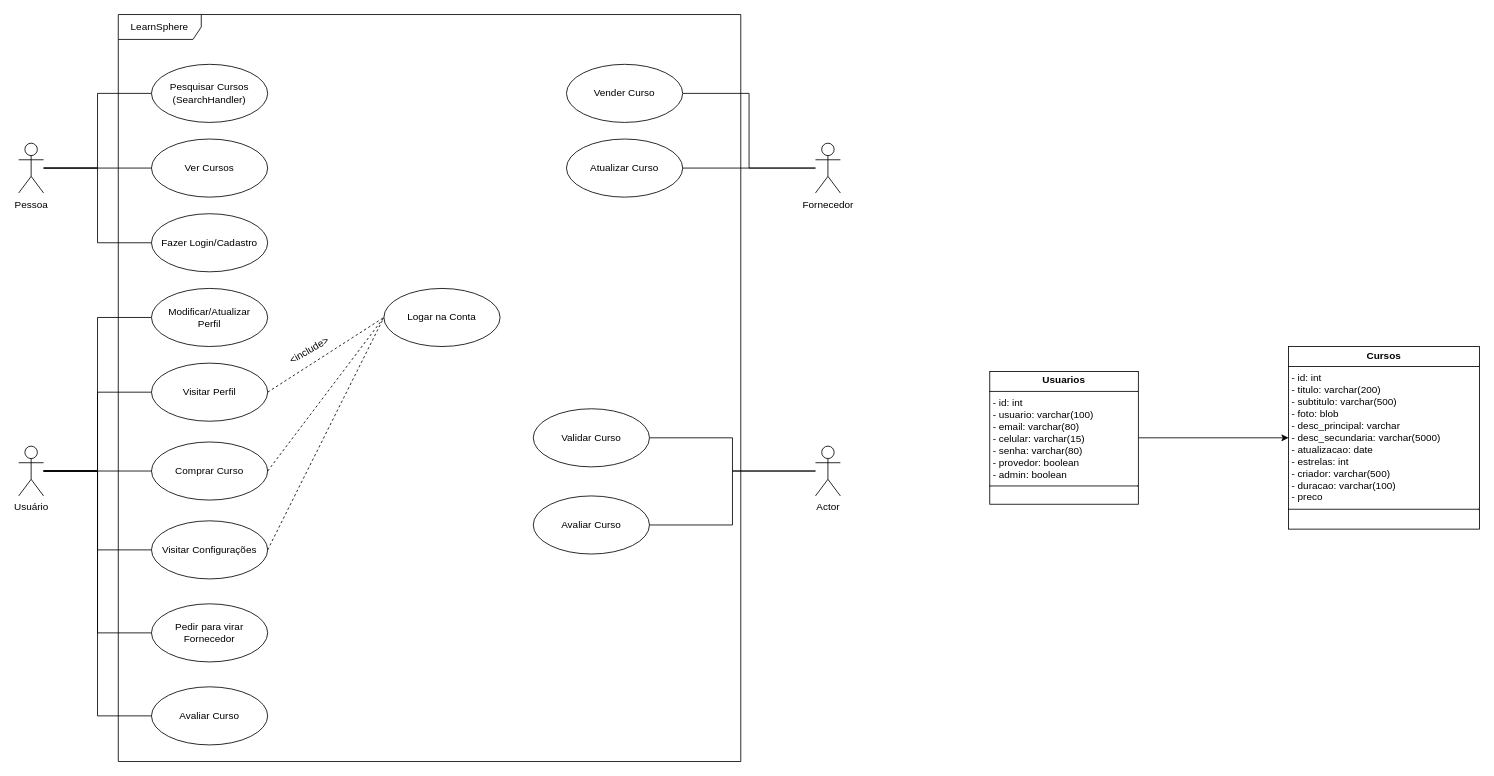
Before: TCC.drawio in NeroWasTrolled/LearnSphere, a draw.io diagram. Source tidied: cells renumbered, new cells numbered last; positions are measured from the earlier drawing's top-left corner, leaving out a move shared by most shapes. Both pictures are drawn from the tidied source at 83%, with x=0, y=0 at pixel (18, 14).
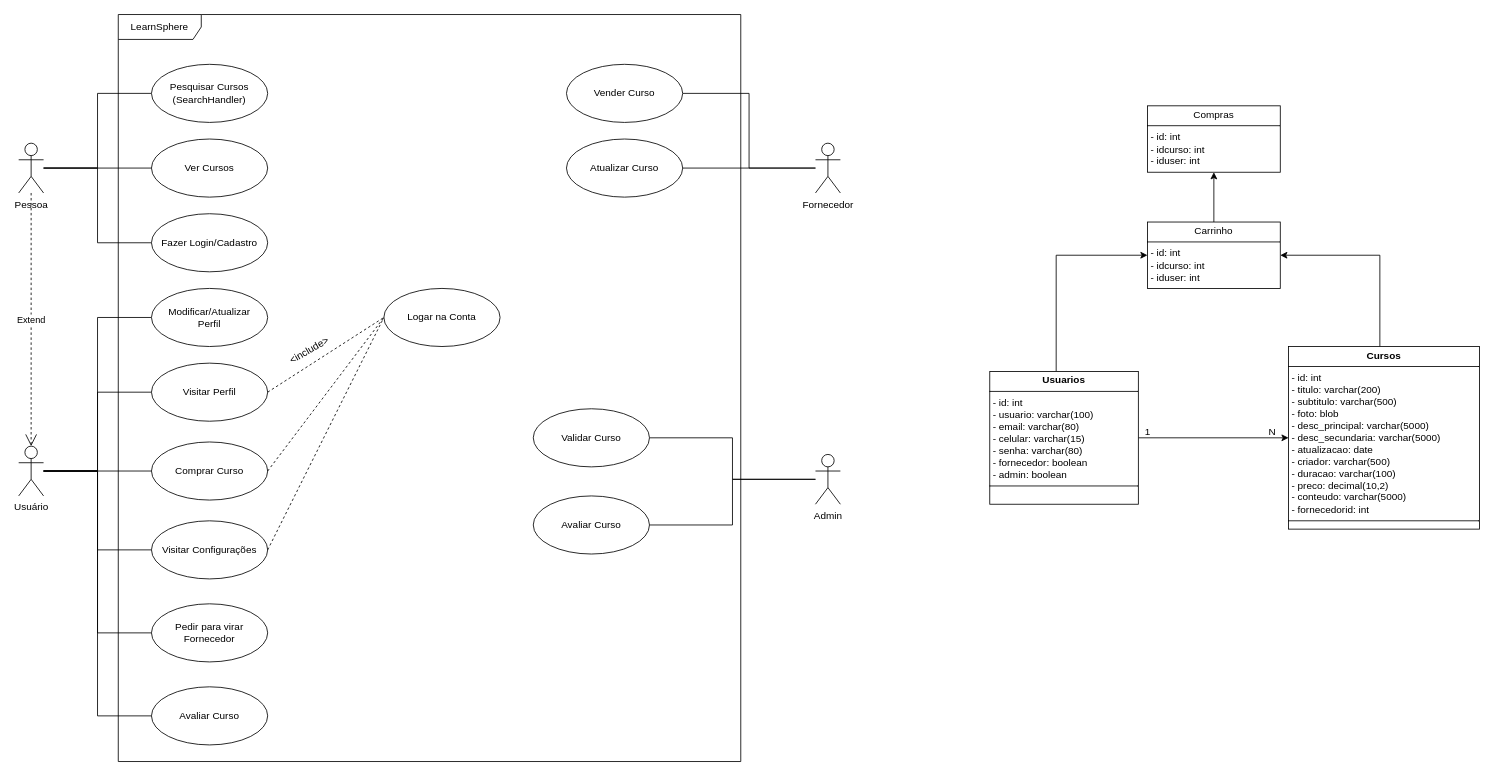
The same page after the edit.

Unchanged cells that the change refers to:
```xml
<mxCell id="6" value="Pessoa" style="shape=umlActor;verticalLabelPosition=bottom;verticalAlign=top;html=1;outlineConnect=0;" parent="1" vertex="1">
  <mxGeometry y="155" width="30" height="60" as="geometry" />
</mxCell>
<mxCell id="13" value="Usuário" style="shape=umlActor;verticalLabelPosition=bottom;verticalAlign=top;html=1;outlineConnect=0;" parent="1" vertex="1">
  <mxGeometry y="520" width="30" height="60" as="geometry" />
</mxCell>
```

What changed in the source:
```diff
@@
+    <mxCell id="41" style="edgeStyle=orthogonalEdgeStyle;rounded=0;jettySize=auto;html=1;entryX=1;entryY=0.5;entryDx=0;entryDy=0;" parent="1" edge="1" source="33" target="44">
+      <mxGeometry relative="1" as="geometry">
+        <Array as="points">
+          <mxPoint x="1640" y="290" />
+        </Array>
+      </mxGeometry>
+    </mxCell>
-    <mxCell id="33" value="&lt;p style=&quot;margin:0px;margin-top:4px;text-align:center;&quot;&gt;&lt;b&gt;Cursos&lt;/b&gt;&lt;/p&gt;&lt;hr size=&quot;1&quot; style=&quot;border-style:solid;&quot;&gt;&lt;p style=&quot;margin:0px;margin-left:4px;&quot;&gt;- id: int &lt;br&gt;- titulo: varchar(200) &lt;br&gt;- subtitulo: varchar(500) &lt;br&gt;- foto: blob&lt;br&gt;- desc_principal: varchar&lt;br&gt;- desc_secundaria: varchar(5000) &lt;br&gt;- atualizacao: date&lt;br&gt;- estrelas: int&lt;br&gt;- criador: varchar(500) &lt;br&gt;- duracao: varchar(100)&lt;br&gt;&lt;/p&gt;&lt;p style=&quot;margin:0px;margin-left:4px;&quot;&gt;- preco&lt;/p&gt;&lt;hr size=&quot;1&quot; style=&quot;border-style:solid;&quot;&gt;&lt;p style=&quot;margin:0px;margin-left:4px;&quot;&gt;&lt;br&gt;&lt;/p&gt;" style="verticalAlign=top;align=left;overflow=fill;html=1;whiteSpace=wrap;" parent="1" vertex="1">
+    <mxCell id="33" value="&lt;p style=&quot;margin:0px;margin-top:4px;text-align:center;&quot;&gt;&lt;b&gt;Cursos&lt;/b&gt;&lt;/p&gt;&lt;hr size=&quot;1&quot; style=&quot;border-style:solid;&quot;&gt;&lt;p style=&quot;margin:0px;margin-left:4px;&quot;&gt;- id: int&amp;nbsp;&lt;/p&gt;&lt;p style=&quot;margin:0px;margin-left:4px;&quot;&gt;- titulo: varchar(200)&amp;nbsp;&lt;/p&gt;&lt;p style=&quot;margin:0px;margin-left:4px;&quot;&gt;- subtitulo: varchar(500)&amp;nbsp;&lt;/p&gt;&lt;p style=&quot;margin:0px;margin-left:4px;&quot;&gt;- foto: blob&amp;nbsp;&lt;/p&gt;&lt;p style=&quot;margin:0px;margin-left:4px;&quot;&gt;- desc_principal: varchar(5000)&amp;nbsp;&lt;/p&gt;&lt;p style=&quot;margin:0px;margin-left:4px;&quot;&gt;- desc_secundaria: varchar(5000)&amp;nbsp;&lt;/p&gt;&lt;p style=&quot;margin:0px;margin-left:4px;&quot;&gt;- atualizacao: date&amp;nbsp;&lt;/p&gt;&lt;p style=&quot;margin:0px;margin-left:4px;&quot;&gt;- criador: varchar(500)&amp;nbsp;&lt;/p&gt;&lt;p style=&quot;margin:0px;margin-left:4px;&quot;&gt;- duracao: varchar(100)&amp;nbsp;&lt;/p&gt;&lt;p style=&quot;margin:0px;margin-left:4px;&quot;&gt;- preco: decimal(10,2)&amp;nbsp;&lt;/p&gt;&lt;p style=&quot;margin:0px;margin-left:4px;&quot;&gt;- conteudo: varchar(5000)&lt;br&gt;&lt;/p&gt;&lt;p style=&quot;margin:0px;margin-left:4px;&quot;&gt;- fornecedorid: int&lt;/p&gt;&lt;hr size=&quot;1&quot; style=&quot;border-style:solid;&quot;&gt;&lt;p style=&quot;margin:0px;margin-left:4px;&quot;&gt;&lt;br&gt;&lt;/p&gt;" style="verticalAlign=top;align=left;overflow=fill;html=1;whiteSpace=wrap;" parent="1" vertex="1">
       <mxGeometry x="1530" y="400" width="230" height="220" as="geometry" />
     </mxCell>
+    <mxCell id="42" style="edgeStyle=orthogonalEdgeStyle;rounded=0;jettySize=auto;html=1;entryX=0;entryY=0.5;entryDx=0;entryDy=0;" parent="1" edge="1" source="35" target="44">
+      <mxGeometry relative="1" as="geometry">
+        <Array as="points">
+          <mxPoint x="1250" y="290" />
+        </Array>
+      </mxGeometry>
+    </mxCell>
@@
-    <mxCell id="35" value="&lt;p style=&quot;margin:0px;margin-top:4px;text-align:center;&quot;&gt;&lt;b&gt;Usuarios&lt;/b&gt;&lt;/p&gt;&lt;hr size=&quot;1&quot; style=&quot;border-style:solid;&quot;&gt;&lt;p style=&quot;margin:0px;margin-left:4px;&quot;&gt;&lt;span style=&quot;color: var(--primary-text-color);&quot;&gt;- id: int &lt;/span&gt;&lt;br&gt;&lt;span style=&quot;color: var(--primary-text-color);&quot;&gt;- usuario: varchar(100) &lt;/span&gt;&lt;br&gt;&lt;span style=&quot;color: var(--primary-text-color);&quot;&gt;- email: varchar(80)  &lt;/span&gt;&lt;br&gt;&lt;span style=&quot;color: var(--primary-text-color);&quot;&gt;- celular: varchar(15)&lt;/span&gt;&lt;br&gt;&lt;span style=&quot;color: var(--primary-text-color);&quot;&gt;- senha: varchar(80) &lt;/span&gt;&lt;br&gt;&lt;span style=&quot;color: var(--primary-text-color);&quot;&gt;- provedor: boolean &lt;/span&gt;&lt;br&gt;&lt;span style=&quot;color: var(--primary-text-color);&quot;&gt;- admin: boolean&lt;/span&gt;&lt;br&gt;&lt;/p&gt;&lt;hr size=&quot;1&quot; style=&quot;border-style:solid;&quot;&gt;&lt;p style=&quot;margin:0px;margin-left:4px;&quot;&gt;&lt;br&gt;&lt;/p&gt;" style="verticalAlign=top;align=left;overflow=fill;html=1;whiteSpace=wrap;" parent="1" vertex="1">
+    <mxCell id="35" value="&lt;p style=&quot;margin:0px;margin-top:4px;text-align:center;&quot;&gt;&lt;b&gt;Usuarios&lt;/b&gt;&lt;/p&gt;&lt;hr size=&quot;1&quot; style=&quot;border-style:solid;&quot;&gt;&lt;p style=&quot;margin:0px;margin-left:4px;&quot;&gt;&lt;span style=&quot;color: var(--primary-text-color);&quot;&gt;- id: int &lt;/span&gt;&lt;br&gt;&lt;span style=&quot;color: var(--primary-text-color);&quot;&gt;- usuario: varchar(100) &lt;/span&gt;&lt;br&gt;&lt;span style=&quot;color: var(--primary-text-color);&quot;&gt;- email: varchar(80)  &lt;/span&gt;&lt;br&gt;&lt;span style=&quot;color: var(--primary-text-color);&quot;&gt;- celular: varchar(15)&lt;/span&gt;&lt;br&gt;&lt;span style=&quot;color: var(--primary-text-color);&quot;&gt;- senha: varchar(80) &lt;/span&gt;&lt;br&gt;&lt;span style=&quot;color: var(--primary-text-color);&quot;&gt;- fornecedor: boolean &lt;/span&gt;&lt;br&gt;&lt;span style=&quot;color: var(--primary-text-color);&quot;&gt;- admin: boolean&lt;/span&gt;&lt;br&gt;&lt;/p&gt;&lt;hr size=&quot;1&quot; style=&quot;border-style:solid;&quot;&gt;&lt;p style=&quot;margin:0px;margin-left:4px;&quot;&gt;&lt;br&gt;&lt;/p&gt;" style="verticalAlign=top;align=left;overflow=fill;html=1;whiteSpace=wrap;" parent="1" vertex="1">
       <mxGeometry x="1170" y="430" width="179" height="160" as="geometry" />
     </mxCell>
@@
-    <mxCell id="38" value="Actor" style="shape=umlActor;verticalLabelPosition=bottom;verticalAlign=top;html=1;outlineConnect=0;" parent="1" vertex="1">
-      <mxGeometry x="960" y="520" width="30" height="60" as="geometry" />
+    <mxCell id="38" value="Admin" style="shape=umlActor;verticalLabelPosition=bottom;verticalAlign=top;html=1;outlineConnect=0;" parent="1" vertex="1">
+      <mxGeometry x="960" y="530" width="30" height="60" as="geometry" />
     </mxCell>
@@
+    <mxCell id="43" style="edgeStyle=orthogonalEdgeStyle;rounded=0;jettySize=auto;html=1;entryX=0.5;entryY=1;entryDx=0;entryDy=0;" parent="1" edge="1" source="44" target="45">
+      <mxGeometry relative="1" as="geometry" />
+    </mxCell>
+    <mxCell id="44" value="&lt;p style=&quot;margin:0px;margin-top:4px;text-align:center;&quot;&gt;Carrinho&lt;br&gt;&lt;/p&gt;&lt;hr size=&quot;1&quot; style=&quot;border-style:solid;&quot;&gt;&lt;p style=&quot;margin:0px;margin-left:4px;&quot;&gt;&lt;/p&gt;&lt;p style=&quot;margin:0px;margin-left:4px;&quot;&gt;&lt;span style=&quot;background-color: initial;&quot;&gt;- id: int&amp;nbsp;&lt;/span&gt;&lt;/p&gt;&lt;p style=&quot;margin:0px;margin-left:4px;&quot;&gt;&lt;span style=&quot;background-color: initial;&quot;&gt;- idcurso: int&amp;nbsp;&lt;br&gt;- iduser: int &lt;/span&gt;&amp;nbsp;&lt;/p&gt;" style="verticalAlign=top;align=left;overflow=fill;html=1;whiteSpace=wrap;" parent="1" vertex="1">
+      <mxGeometry x="1360" y="250" width="160" height="80" as="geometry" />
+    </mxCell>
+    <mxCell id="45" value="&lt;p style=&quot;margin:0px;margin-top:4px;text-align:center;&quot;&gt;Compras&lt;br&gt;&lt;/p&gt;&lt;hr size=&quot;1&quot; style=&quot;border-style:solid;&quot;&gt;&lt;p style=&quot;margin:0px;margin-left:4px;&quot;&gt;&lt;/p&gt;&lt;p style=&quot;margin:0px;margin-left:4px;&quot;&gt;&lt;span style=&quot;background-color: initial;&quot;&gt;- id: int&amp;nbsp;&lt;/span&gt;&lt;/p&gt;&lt;p style=&quot;margin:0px;margin-left:4px;&quot;&gt;&lt;span style=&quot;background-color: initial;&quot;&gt;- idcurso: int&amp;nbsp;&lt;br&gt;- iduser: int &lt;/span&gt;&amp;nbsp;&lt;/p&gt;" style="verticalAlign=top;align=left;overflow=fill;html=1;whiteSpace=wrap;" parent="1" vertex="1">
+      <mxGeometry x="1360" y="110" width="160" height="80" as="geometry" />
+    </mxCell>
+    <mxCell id="46" value="1" style="text;html=1;align=center;verticalAlign=middle;strokeColor=none;fillColor=none;" parent="1" vertex="1">
+      <mxGeometry x="1345" y="488" width="30" height="30" as="geometry" />
+    </mxCell>
+    <mxCell id="47" value="N" style="text;html=1;align=center;verticalAlign=middle;strokeColor=none;fillColor=none;" parent="1" vertex="1">
+      <mxGeometry x="1495" y="488" width="30" height="30" as="geometry" />
+    </mxCell>
+    <mxCell id="48" value="Extend" style="endArrow=open;endSize=12;dashed=1;html=1;rounded=0;entryX=0.5;entryY=0;entryDx=0;entryDy=0;entryPerimeter=0;" parent="1" edge="1" source="6" target="13">
+      <mxGeometry relative="1" as="geometry" />
+    </mxCell>
```
